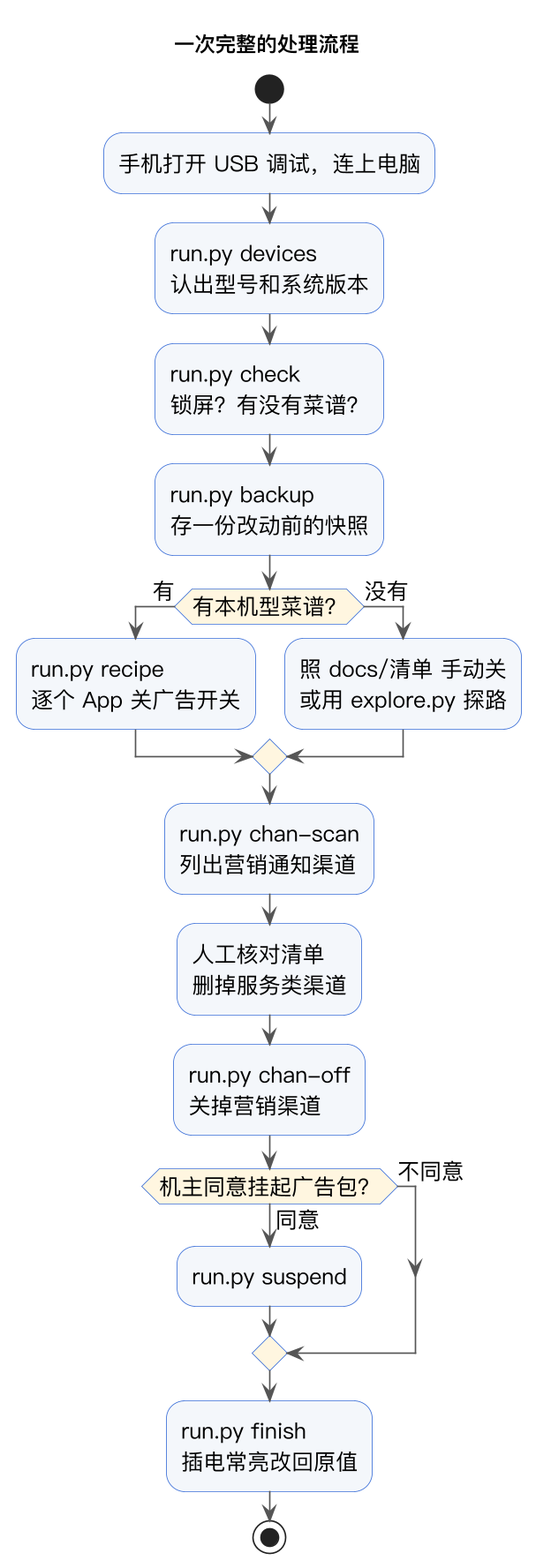
Before: images/flow.png, a diagram exported from PlantUML (15277126915/android-ad-cleaner). Source of this version:
```plantuml
@startuml
skinparam defaultFontName "PingFang SC"
skinparam defaultFontSize 15
skinparam backgroundColor #FFFFFF
skinparam dpi 160
skinparam ActivityBackgroundColor #F4F7FB
skinparam ActivityBorderColor #3B6FD8
skinparam ActivityDiamondBackgroundColor #FFF6E0
skinparam ArrowColor #555555
title 一次完整的处理流程
start
:手机打开 USB 调试，连上电脑;
:run.py devices\n认出型号和系统版本;
:run.py check\n锁屏？有没有菜谱？;
:run.py backup\n存一份改动前的快照;
if (有本机型菜谱？) then (有)
  :run.py recipe\n逐个 App 关广告开关;
else (没有)
  :照 docs/清单 手动关\n或用 explore.py 探路;
endif
:run.py chan-scan\n列出营销通知渠道;
:人工核对清单\n删掉服务类渠道;
:run.py chan-off\n关掉营销渠道;
if (机主同意挂起广告包？) then (同意)
  :run.py suspend;
else (不同意)
endif
:run.py finish\n插电常亮改回原值;
stop
@enduml
```
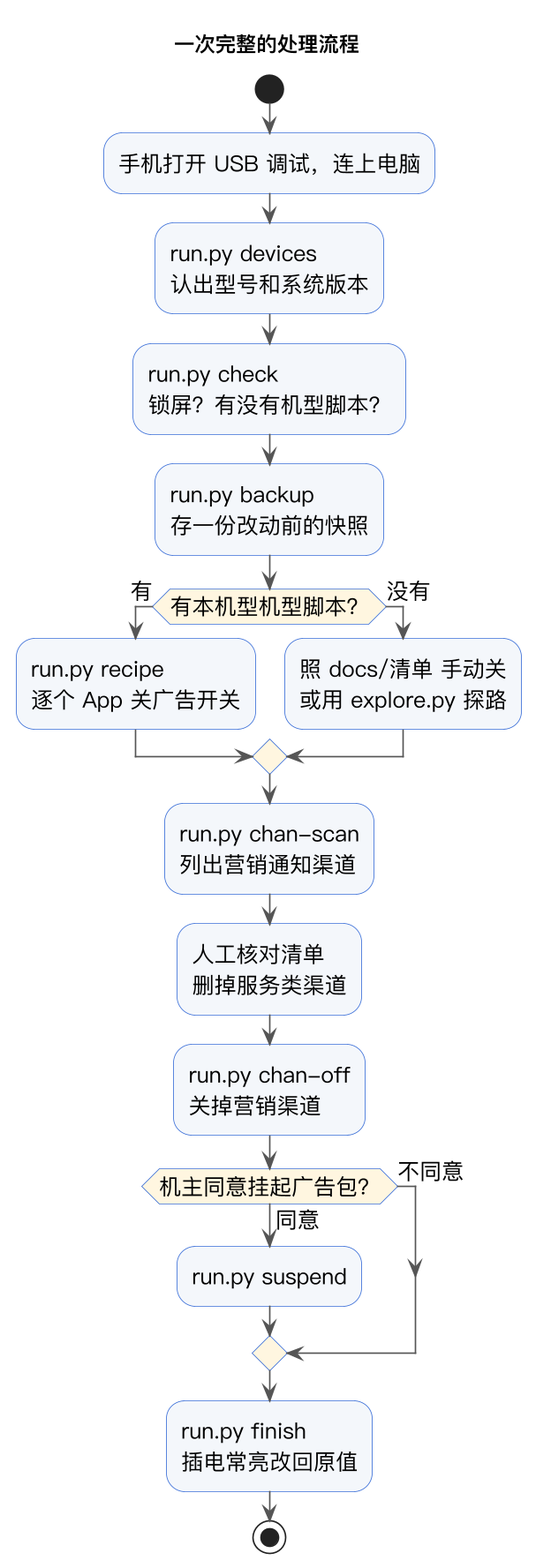
After the change.

The edit, as a diff of the source:
```diff
@@ -11,9 +11,9 @@
 start
 :手机打开 USB 调试，连上电脑;
 :run.py devices\n认出型号和系统版本;
-:run.py check\n锁屏？有没有菜谱？;
+:run.py check\n锁屏？有没有机型脚本？;
 :run.py backup\n存一份改动前的快照;
-if (有本机型菜谱？) then (有)
+if (有本机型机型脚本？) then (有)
   :run.py recipe\n逐个 App 关广告开关;
 else (没有)
   :照 docs/清单 手动关\n或用 explore.py 探路;
```
